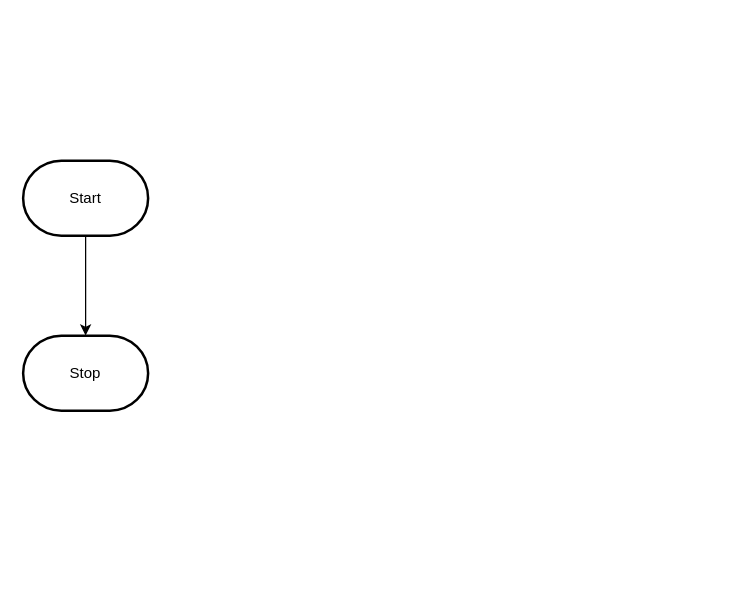
Above: design/flowchart.drawio in MTHS-ICD2O-1-2023/ICD2O-Unit-6-04-clara-tyman (draw.io), before the change. Source tidied: cells renumbered, new cells numbered last; positions are measured from the earlier drawing's top-left corner, leaving out a move shared by most shapes. Both pictures are drawn from the tidied source at 125%, with x=0, y=0 at pixel (22, 160).
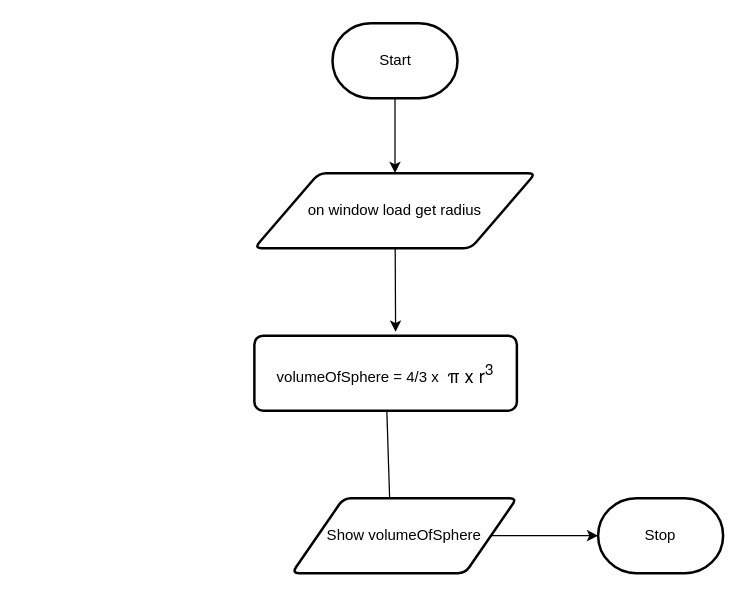
The same diagram, later.

Change to the diagram source:
```diff
@@
 <mxGraphModel>
   <root>
     <mxCell id="0" />
     <mxCell id="1" parent="0" />
-    <mxCell id="2" style="edgeStyle=orthogonalEdgeStyle;html=1;rounded=0;" parent="1" edge="1" source="3" target="4">
-      <mxGeometry relative="1" as="geometry" />
-    </mxCell>
+    <mxCell id="5" style="edgeStyle=none;html=1;entryX=0.5;entryY=0;entryDx=0;entryDy=0;" parent="1" edge="1" source="3" target="7">
+      <mxGeometry relative="1" as="geometry" />
+    </mxCell>
     <mxCell id="3" value="Start" style="strokeWidth=2;html=1;shape=mxgraph.flowchart.terminator;whiteSpace=wrap;" parent="1" vertex="1">
-      <mxGeometry width="100" height="60" as="geometry" />
+      <mxGeometry x="247.5" y="-110" width="100" height="60" as="geometry" />
     </mxCell>
     <mxCell id="4" value="Stop" style="strokeWidth=2;html=1;shape=mxgraph.flowchart.terminator;whiteSpace=wrap;" parent="1" vertex="1">
-      <mxGeometry y="140" width="100" height="60" as="geometry" />
+      <mxGeometry x="460" y="270" width="100" height="60" as="geometry" />
     </mxCell>
+    <mxCell id="6" style="edgeStyle=none;html=1;entryX=0.538;entryY=-0.05;entryDx=0;entryDy=0;entryPerimeter=0;" parent="1" edge="1" source="7" target="9">
+      <mxGeometry relative="1" as="geometry" />
+    </mxCell>
+    <mxCell id="7" value="on window load get radius" style="shape=parallelogram;html=1;strokeWidth=2;perimeter=parallelogramPerimeter;whiteSpace=wrap;rounded=1;arcSize=12;size=0.23;" parent="1" vertex="1">
+      <mxGeometry x="185" y="10" width="225" height="60" as="geometry" />
+    </mxCell>
+    <mxCell id="8" style="edgeStyle=none;html=1;entryX=0.445;entryY=0.989;entryDx=0;entryDy=0;entryPerimeter=0;" parent="1" edge="1" source="9" target="11">
+      <mxGeometry relative="1" as="geometry" />
+    </mxCell>
+    <mxCell id="9" value="volumeOfSphere = 4/3 x&amp;nbsp;&amp;nbsp;&lt;span style=&quot;&quot; id=&quot;docs-internal-guid-522e29a0-7fff-c6e6-ce5b-59913ec03059&quot;&gt;&lt;span style=&quot;font-size: 11pt; font-family: &amp;quot;Helvetica Neue&amp;quot;, sans-serif; background-color: transparent; font-variant-numeric: normal; font-variant-east-asian: normal; font-variant-alternates: normal; font-variant-position: normal; vertical-align: baseline;&quot;&gt;π x r&lt;/span&gt;&lt;span style=&quot;font-size: 11pt; font-family: &amp;quot;Helvetica Neue&amp;quot;, sans-serif; background-color: transparent; font-variant-numeric: normal; font-variant-east-asian: normal; font-variant-alternates: normal; font-variant-position: normal;&quot;&gt;&lt;sup style=&quot;&quot;&gt;3&lt;/sup&gt;&lt;/span&gt;&lt;/span&gt;" style="rounded=1;whiteSpace=wrap;html=1;absoluteArcSize=1;arcSize=14;strokeWidth=2;" parent="1" vertex="1">
+      <mxGeometry x="185" y="140" width="210" height="60" as="geometry" />
+    </mxCell>
+    <mxCell id="10" style="edgeStyle=none;html=1;" parent="1" edge="1" source="11" target="4">
+      <mxGeometry relative="1" as="geometry" />
+    </mxCell>
+    <mxCell id="11" value="Show volumeOfSphere" style="shape=parallelogram;html=1;strokeWidth=2;perimeter=parallelogramPerimeter;whiteSpace=wrap;rounded=1;arcSize=12;size=0.23;" parent="1" vertex="1">
+      <mxGeometry x="215" y="270" width="180" height="60" as="geometry" />
+    </mxCell>
   </root>
 </mxGraphModel>
```
